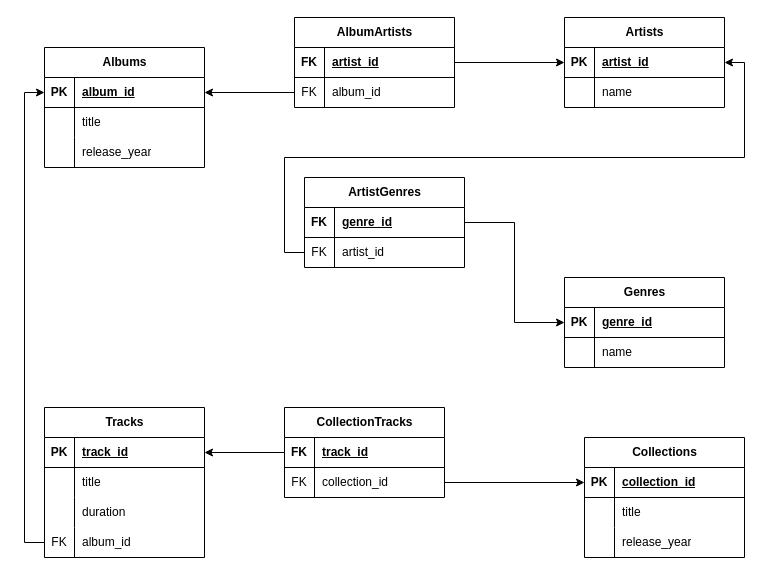
Yanohoshi/DB_NETELOGY_Std keeps this draw.io diagram as BD_Homework_Ex2/BD_Homework2.drawio. Above is the earlier version. Source tidied: cells renumbered, new cells numbered last; positions are measured from the earlier drawing's top-left corner, leaving out a move shared by most shapes. Both pictures are drawn from the tidied source at 100%, with x=0, y=0 at pixel (44, 17).
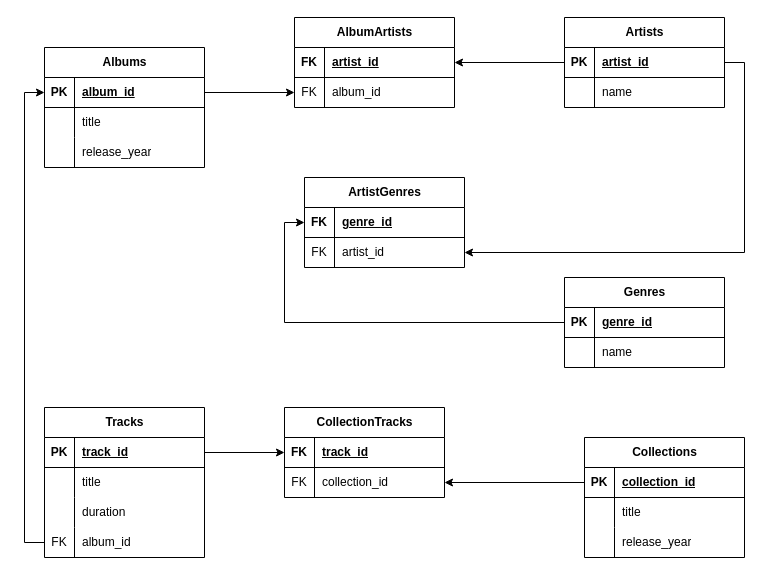
After the change.

The change refers to these unchanged cells:
```xml
<mxCell id="3" style="shape=tableRow;horizontal=0;startSize=0;swimlaneHead=0;swimlaneBody=0;fillColor=none;points=[[0,0.5],[1,0.5]];portConstraint=eastwest;top=0;left=0;right=0;bottom=1;" parent="2" vertex="1">
  <mxGeometry y="30" width="160" height="30" as="geometry" />
</mxCell>
<mxCell id="10" style="shape=tableRow;horizontal=0;startSize=0;swimlaneHead=0;swimlaneBody=0;fillColor=none;points=[[0,0.5],[1,0.5]];portConstraint=eastwest;top=0;left=0;right=0;bottom=1;" parent="9" vertex="1">
  <mxGeometry y="30" width="160" height="30" as="geometry" />
</mxCell>
<mxCell id="17" style="shape=tableRow;horizontal=0;startSize=0;swimlaneHead=0;swimlaneBody=0;fillColor=none;points=[[0,0.5],[1,0.5]];portConstraint=eastwest;top=0;left=0;right=0;bottom=1;" parent="16" vertex="1">
  <mxGeometry y="30" width="160" height="30" as="geometry" />
</mxCell>
<mxCell id="27" style="shape=tableRow;horizontal=0;startSize=0;swimlaneHead=0;swimlaneBody=0;fillColor=none;points=[[0,0.5],[1,0.5]];portConstraint=eastwest;top=0;left=0;right=0;bottom=1;" parent="26" vertex="1">
  <mxGeometry y="30" width="160" height="30" as="geometry" />
</mxCell>
<mxCell id="40" style="shape=tableRow;horizontal=0;startSize=0;swimlaneHead=0;swimlaneBody=0;fillColor=none;points=[[0,0.5],[1,0.5]];portConstraint=eastwest;top=0;left=0;right=0;bottom=1;" parent="39" vertex="1">
  <mxGeometry y="30" width="160" height="30" as="geometry" />
</mxCell>
<mxCell id="43" style="shape=tableRow;horizontal=0;startSize=0;swimlaneHead=0;swimlaneBody=0;fillColor=none;points=[[0,0.5],[1,0.5]];portConstraint=eastwest;top=0;left=0;right=0;bottom=0;" parent="39" vertex="1">
  <mxGeometry y="60" width="160" height="30" as="geometry" />
</mxCell>
<mxCell id="47" style="shape=tableRow;horizontal=0;startSize=0;swimlaneHead=0;swimlaneBody=0;fillColor=none;points=[[0,0.5],[1,0.5]];portConstraint=eastwest;top=0;left=0;right=0;bottom=1;" parent="46" vertex="1">
  <mxGeometry y="30" width="160" height="30" as="geometry" />
</mxCell>
<mxCell id="50" style="shape=tableRow;horizontal=0;startSize=0;swimlaneHead=0;swimlaneBody=0;fillColor=none;points=[[0,0.5],[1,0.5]];portConstraint=eastwest;top=0;left=0;right=0;bottom=0;" parent="46" vertex="1">
  <mxGeometry y="60" width="160" height="30" as="geometry" />
</mxCell>
<mxCell id="54" style="shape=tableRow;horizontal=0;startSize=0;swimlaneHead=0;swimlaneBody=0;fillColor=none;points=[[0,0.5],[1,0.5]];portConstraint=eastwest;top=0;left=0;right=0;bottom=1;" parent="53" vertex="1">
  <mxGeometry y="30" width="160" height="30" as="geometry" />
</mxCell>
<mxCell id="64" style="shape=tableRow;horizontal=0;startSize=0;swimlaneHead=0;swimlaneBody=0;fillColor=none;points=[[0,0.5],[1,0.5]];portConstraint=eastwest;top=0;left=0;right=0;bottom=1;" parent="63" vertex="1">
  <mxGeometry y="30" width="160" height="30" as="geometry" />
</mxCell>
<mxCell id="67" style="shape=tableRow;horizontal=0;startSize=0;swimlaneHead=0;swimlaneBody=0;fillColor=none;points=[[0,0.5],[1,0.5]];portConstraint=eastwest;top=0;left=0;right=0;bottom=0;" parent="63" vertex="1">
  <mxGeometry y="60" width="160" height="30" as="geometry" />
</mxCell>
```

What changed in the source:
```diff
@@
-    <mxCell id="70" style="edgeStyle=orthogonalEdgeStyle;rounded=0;jettySize=auto;html=1;exitX=0;exitY=0.5;exitDx=0;exitDy=0;entryX=1;entryY=0.5;entryDx=0;entryDy=0;" parent="1" edge="1" source="43" target="10">
-      <mxGeometry relative="1" as="geometry" />
-    </mxCell>
-    <mxCell id="71" style="edgeStyle=orthogonalEdgeStyle;rounded=0;jettySize=auto;html=1;exitX=1;exitY=0.5;exitDx=0;exitDy=0;entryX=0;entryY=0.5;entryDx=0;entryDy=0;" parent="1" edge="1" source="40" target="3">
-      <mxGeometry relative="1" as="geometry" />
-    </mxCell>
-    <mxCell id="72" style="edgeStyle=orthogonalEdgeStyle;rounded=0;jettySize=auto;html=1;exitX=1;exitY=0.5;exitDx=0;exitDy=0;entryX=0;entryY=0.5;entryDx=0;entryDy=0;" parent="1" edge="1" source="47" target="10">
-      <mxGeometry relative="1" as="geometry" />
-    </mxCell>
-    <mxCell id="73" style="edgeStyle=orthogonalEdgeStyle;rounded=0;jettySize=auto;html=1;exitX=0;exitY=0.5;exitDx=0;exitDy=0;entryX=1;entryY=0.5;entryDx=0;entryDy=0;" parent="1" edge="1" source="50" target="17">
-      <mxGeometry relative="1" as="geometry" />
-    </mxCell>
-    <mxCell id="74" style="edgeStyle=orthogonalEdgeStyle;rounded=0;jettySize=auto;html=1;exitX=1;exitY=0.5;exitDx=0;exitDy=0;entryX=0;entryY=0.5;entryDx=0;entryDy=0;" parent="1" edge="1" source="67" target="54">
-      <mxGeometry relative="1" as="geometry" />
-    </mxCell>
-    <mxCell id="75" style="edgeStyle=orthogonalEdgeStyle;rounded=0;jettySize=auto;html=1;exitX=0;exitY=0.5;exitDx=0;exitDy=0;entryX=1;entryY=0.5;entryDx=0;entryDy=0;" parent="1" edge="1" source="64" target="27">
-      <mxGeometry relative="1" as="geometry" />
-    </mxCell>
@@
+    <mxCell id="77" style="edgeStyle=orthogonalEdgeStyle;rounded=0;jettySize=auto;html=1;exitX=1;exitY=0.5;exitDx=0;exitDy=0;entryX=0;entryY=0.5;entryDx=0;entryDy=0;" parent="1" edge="1" source="27" target="64">
+      <mxGeometry relative="1" as="geometry" />
+    </mxCell>
+    <mxCell id="78" style="edgeStyle=orthogonalEdgeStyle;rounded=0;jettySize=auto;html=1;exitX=0;exitY=0.5;exitDx=0;exitDy=0;entryX=1;entryY=0.5;entryDx=0;entryDy=0;" parent="1" edge="1" source="54" target="67">
+      <mxGeometry relative="1" as="geometry" />
+    </mxCell>
+    <mxCell id="79" style="edgeStyle=orthogonalEdgeStyle;rounded=0;jettySize=auto;html=1;exitX=1;exitY=0.5;exitDx=0;exitDy=0;entryX=1;entryY=0.5;entryDx=0;entryDy=0;" parent="1" edge="1" source="10" target="43">
+      <mxGeometry relative="1" as="geometry" />
+    </mxCell>
+    <mxCell id="80" style="edgeStyle=orthogonalEdgeStyle;rounded=0;jettySize=auto;html=1;exitX=0;exitY=0.5;exitDx=0;exitDy=0;entryX=0;entryY=0.5;entryDx=0;entryDy=0;" parent="1" edge="1" source="3" target="40">
+      <mxGeometry relative="1" as="geometry" />
+    </mxCell>
+    <mxCell id="81" style="edgeStyle=orthogonalEdgeStyle;rounded=0;jettySize=auto;html=1;exitX=1;exitY=0.5;exitDx=0;exitDy=0;entryX=0;entryY=0.5;entryDx=0;entryDy=0;" parent="1" edge="1" source="17" target="50">
+      <mxGeometry relative="1" as="geometry" />
+    </mxCell>
+    <mxCell id="82" style="edgeStyle=orthogonalEdgeStyle;rounded=0;jettySize=auto;html=1;exitX=0;exitY=0.5;exitDx=0;exitDy=0;entryX=1;entryY=0.5;entryDx=0;entryDy=0;" parent="1" edge="1" source="10" target="47">
+      <mxGeometry relative="1" as="geometry" />
+    </mxCell>
```
